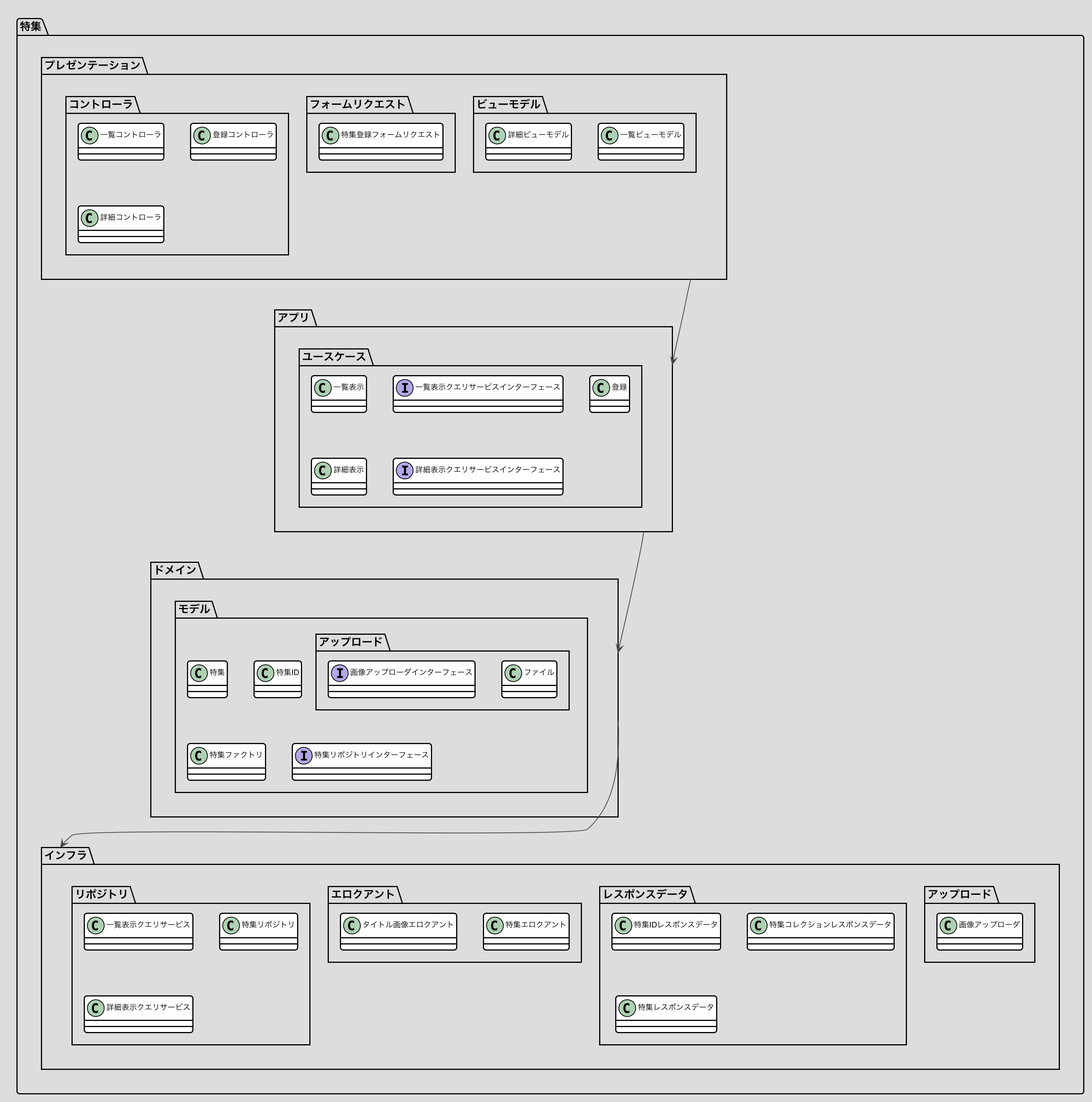
Before: docs/画像/特集.png, a diagram exported from PlantUML (nomura-kainos/japanese-ddd-sample).
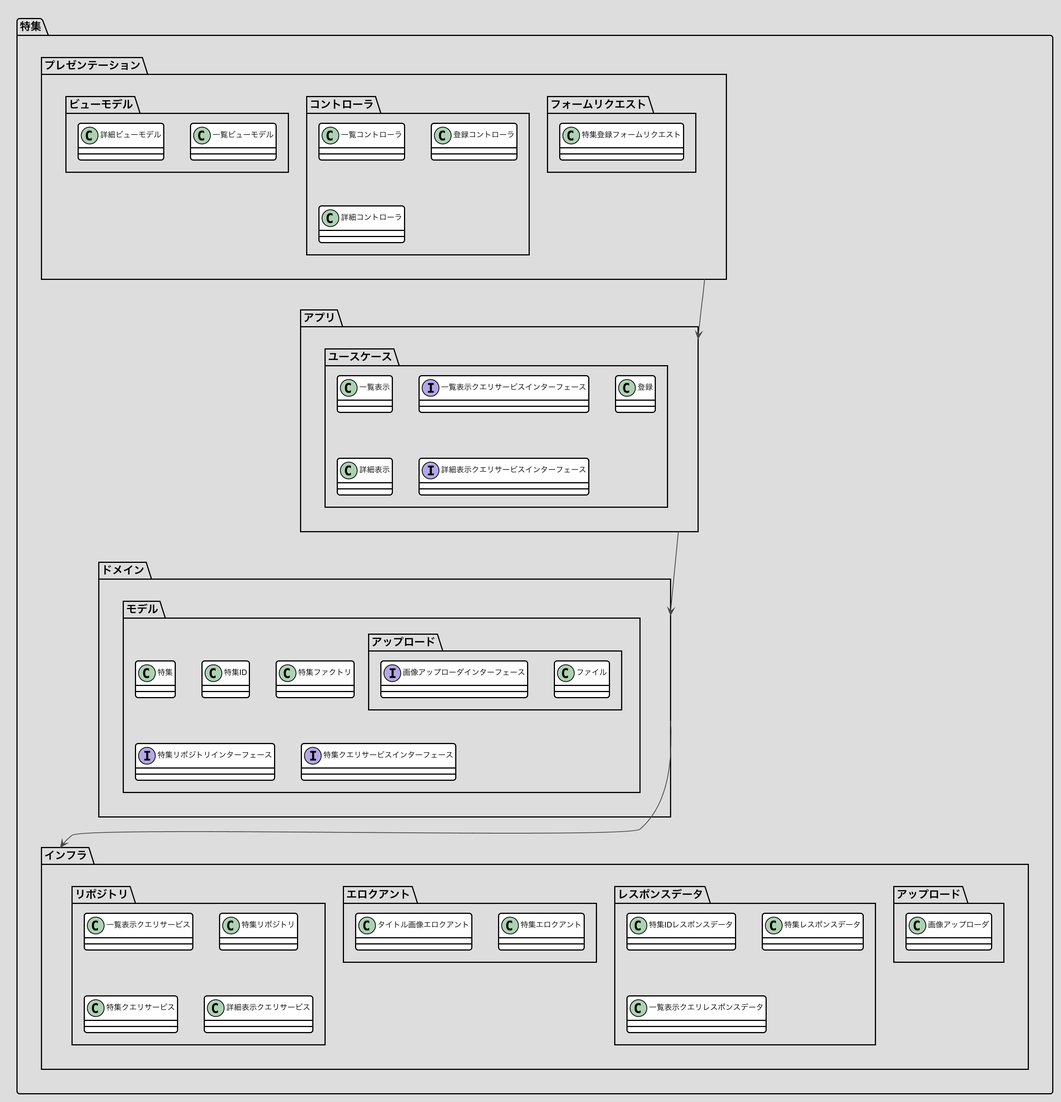
The same file after the commit.

The edit, as a diff of the source:
```diff
@@ -88,6 +88,7 @@
    class 特集ID
    class 特集ファクトリ
    interface 特集リポジトリインターフェース
+   interface 特集クエリサービスインターフェース
   }
  }
  package インフラ {
@@ -96,8 +97,8 @@
   }
   package レスポンスデータ {
    class 特集IDレスポンスデータ
-   class 特集コレクションレスポンスデータ
    class 特集レスポンスデータ
+   class 一覧表示クエリレスポンスデータ
   }
   package エロクアント {
    class 特集エロクアント
@@ -106,6 +107,7 @@
   package リポジトリ {
    class 一覧表示クエリサービス
    class 特集リポジトリ
+   class 特集クエリサービス
    class 詳細表示クエリサービス
   }
  }
```
